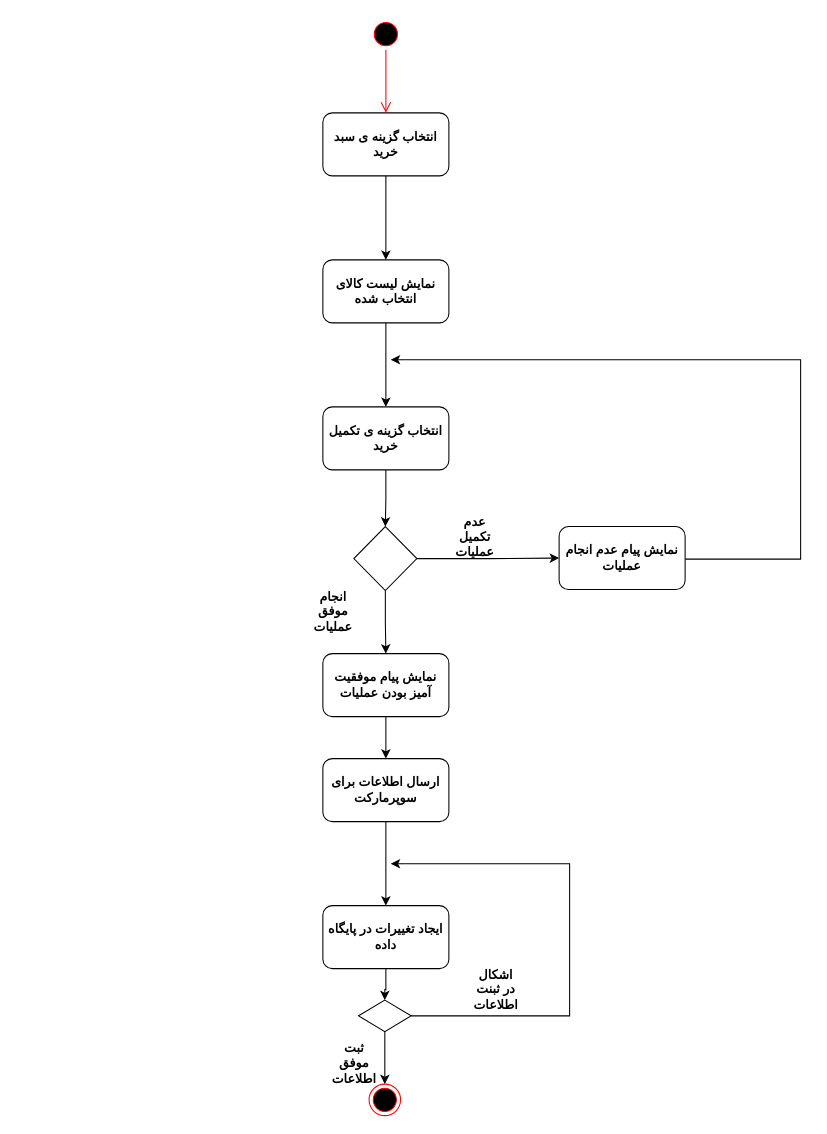
This is docs/Purchase Completion Diagram.drawio from marketplus95/marketplus95, a draw.io file, before an edit. Source tidied: cells renumbered, new cells numbered last; positions are measured from the earlier drawing's top-left corner, leaving out a move shared by most shapes. Both pictures are drawn from the tidied source at 105%, with x=0, y=0 at pixel (311, 18).
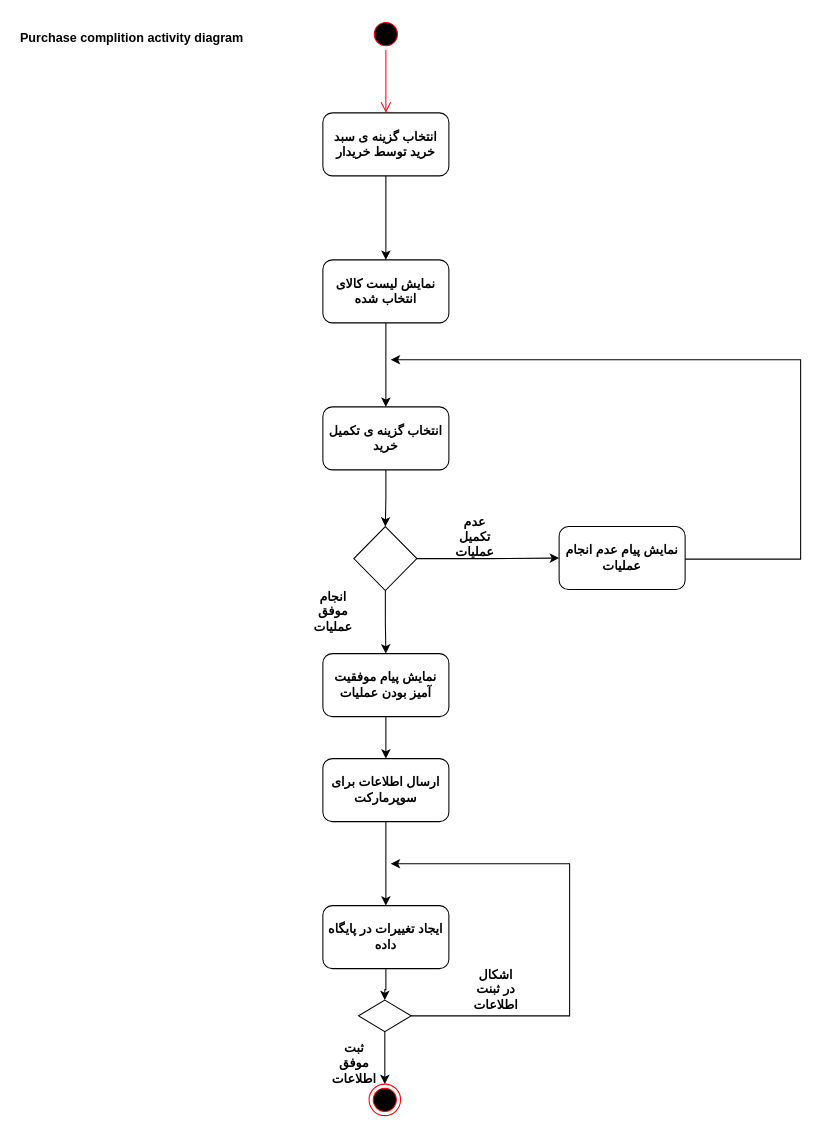
The same page after the edit.

Diff of the diagram source:
```diff
@@
-    <mxCell id="5" value="&lt;b&gt;انتخاب گزینه ی سبد خرید&lt;/b&gt;" style="rounded=1;whiteSpace=wrap;html=1;" parent="1" vertex="1">
+    <mxCell id="5" value="&lt;b&gt;انتخاب گزینه ی سبد خرید توسط خریدار&lt;br&gt;&lt;/b&gt;" style="rounded=1;whiteSpace=wrap;html=1;" parent="1" vertex="1">
       <mxGeometry x="11" y="90" width="120" height="60" as="geometry" />
     </mxCell>
@@
+    <mxCell id="29" value="&lt;b&gt;Purchase complition activity diagram&lt;/b&gt;" style="text;html=1;" parent="1" vertex="1">
+      <mxGeometry x="-279" y="5" width="230" height="30" as="geometry" />
+    </mxCell>
```
